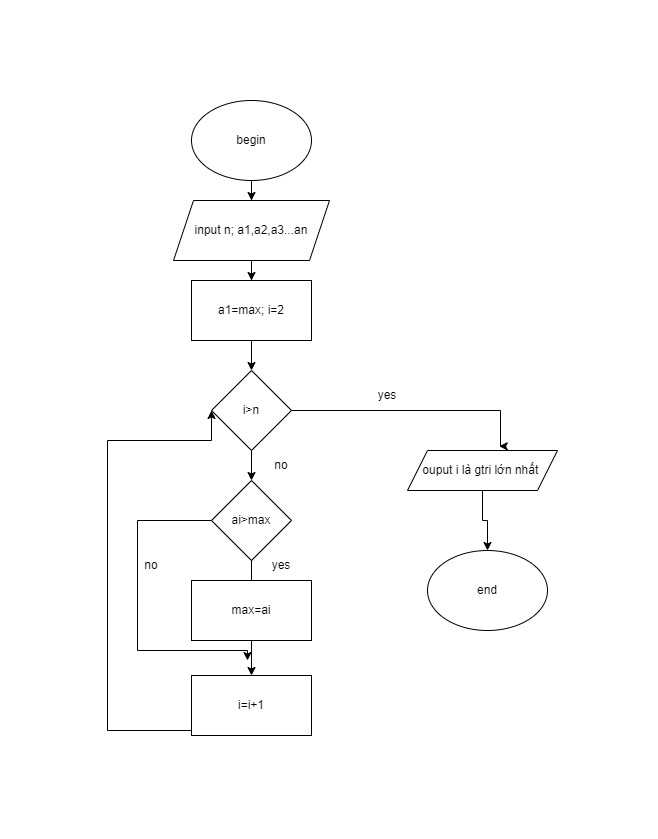
This is Mô tả thuật toán tìm số lớn nhất trong dãy số/flowchar.png from vovantin2002/C0123G1-V-V-n-T-n, a draw.io export, as it was before one commit. Source tidied: cells renumbered, new cells last; positions are measured from the earlier drawing's top-left corner, leaving out a move shared by most shapes.
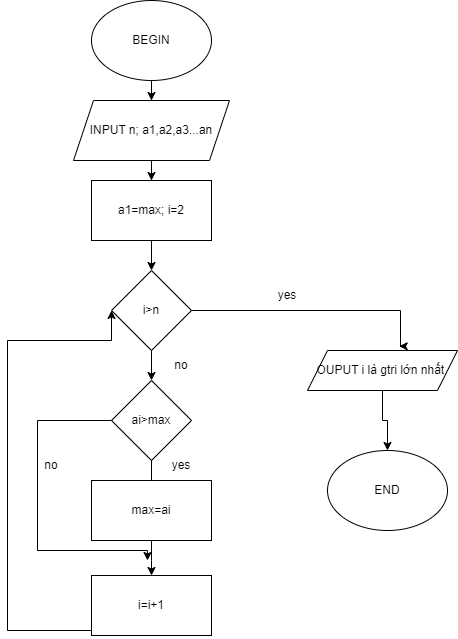
The same diagram one commit later.

Change to the diagram source:
```diff
@@ -5,13 +5,13 @@
     <mxCell id="2" style="edgeStyle=orthogonalEdgeStyle;rounded=0;jettySize=auto;html=1;exitX=0.5;exitY=1;exitDx=0;exitDy=0;" parent="1" edge="1" source="3" target="5">
       <mxGeometry relative="1" as="geometry" />
     </mxCell>
-    <mxCell id="3" value="begin" style="ellipse;whiteSpace=wrap;html=1;" parent="1" vertex="1">
+    <mxCell id="3" value="BEGIN" style="ellipse;whiteSpace=wrap;html=1;" parent="1" vertex="1">
       <mxGeometry x="84" width="120" height="80" as="geometry" />
     </mxCell>
     <mxCell id="4" style="edgeStyle=orthogonalEdgeStyle;rounded=0;jettySize=auto;html=1;exitX=0.5;exitY=1;exitDx=0;exitDy=0;" parent="1" edge="1" source="5" target="7">
       <mxGeometry relative="1" as="geometry" />
     </mxCell>
-    <mxCell id="5" value="input n; a1,a2,a3...an" style="shape=parallelogram;perimeter=parallelogramPerimeter;whiteSpace=wrap;html=1;fixedSize=1;" parent="1" vertex="1">
+    <mxCell id="5" value="INPUT n; a1,a2,a3...an" style="shape=parallelogram;perimeter=parallelogramPerimeter;whiteSpace=wrap;html=1;fixedSize=1;" parent="1" vertex="1">
       <mxGeometry x="66" y="100" width="156" height="60" as="geometry" />
     </mxCell>
     <mxCell id="6" style="edgeStyle=orthogonalEdgeStyle;rounded=0;jettySize=auto;html=1;exitX=0.5;exitY=1;exitDx=0;exitDy=0;entryX=0.5;entryY=0;entryDx=0;entryDy=0;" parent="1" edge="1" source="7" target="12">
@@ -23,7 +23,7 @@
     <mxCell id="8" style="edgeStyle=orthogonalEdgeStyle;rounded=0;jettySize=auto;html=1;entryX=0.5;entryY=0;entryDx=0;entryDy=0;" parent="1" edge="1" source="9" target="21">
       <mxGeometry relative="1" as="geometry" />
     </mxCell>
-    <mxCell id="9" value="ouput i là gtri lớn nhất&amp;nbsp;" style="shape=parallelogram;perimeter=parallelogramPerimeter;whiteSpace=wrap;html=1;fixedSize=1;" parent="1" vertex="1">
+    <mxCell id="9" value="OUPUT i là gtri lớn nhất&amp;nbsp;" style="shape=parallelogram;perimeter=parallelogramPerimeter;whiteSpace=wrap;html=1;fixedSize=1;" parent="1" vertex="1">
       <mxGeometry x="300" y="350" width="150" height="40" as="geometry" />
     </mxCell>
     <mxCell id="10" style="edgeStyle=orthogonalEdgeStyle;rounded=0;jettySize=auto;html=1;exitX=0.5;exitY=1;exitDx=0;exitDy=0;entryX=0.5;entryY=0;entryDx=0;entryDy=0;" parent="1" edge="1" source="12" target="15">
@@ -82,7 +82,7 @@
     <mxCell id="20" value="max=ai" style="rounded=0;whiteSpace=wrap;html=1;" parent="1" vertex="1">
       <mxGeometry x="84" y="480" width="120" height="60" as="geometry" />
     </mxCell>
-    <mxCell id="21" value="end" style="ellipse;whiteSpace=wrap;html=1;" parent="1" vertex="1">
+    <mxCell id="21" value="END" style="ellipse;whiteSpace=wrap;html=1;" parent="1" vertex="1">
       <mxGeometry x="320" y="450" width="120" height="80" as="geometry" />
     </mxCell>
     <mxCell id="22" value="yes" style="text;html=1;strokeColor=none;fillColor=none;align=center;verticalAlign=middle;whiteSpace=wrap;rounded=0;" parent="1" vertex="1">
```
